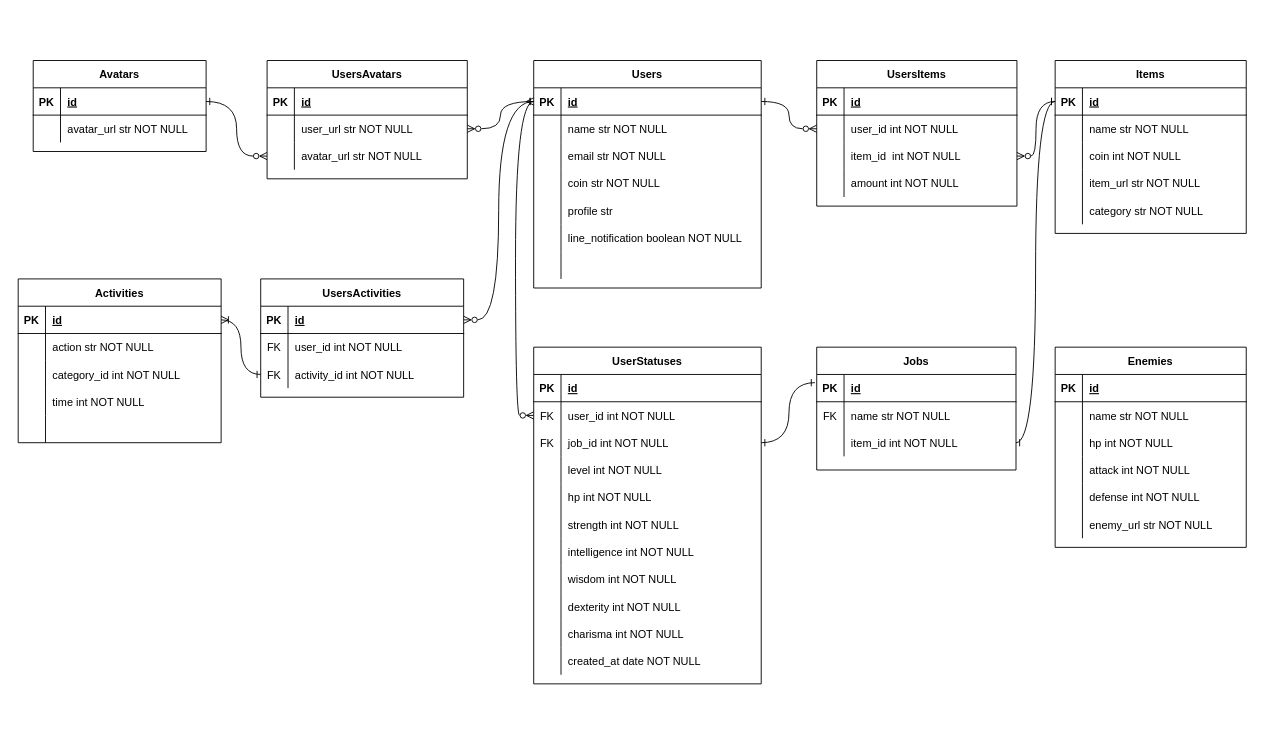
Before: MAO_ER.drawio in MaTTalv001/MAO_the_3rd_Day, a draw.io diagram. Source tidied: cells renumbered, new cells numbered last; positions are measured from the earlier drawing's top-left corner, leaving out a move shared by most shapes. Both pictures are drawn from the tidied source at 91%, with x=0, y=0 at pixel (18, 60).
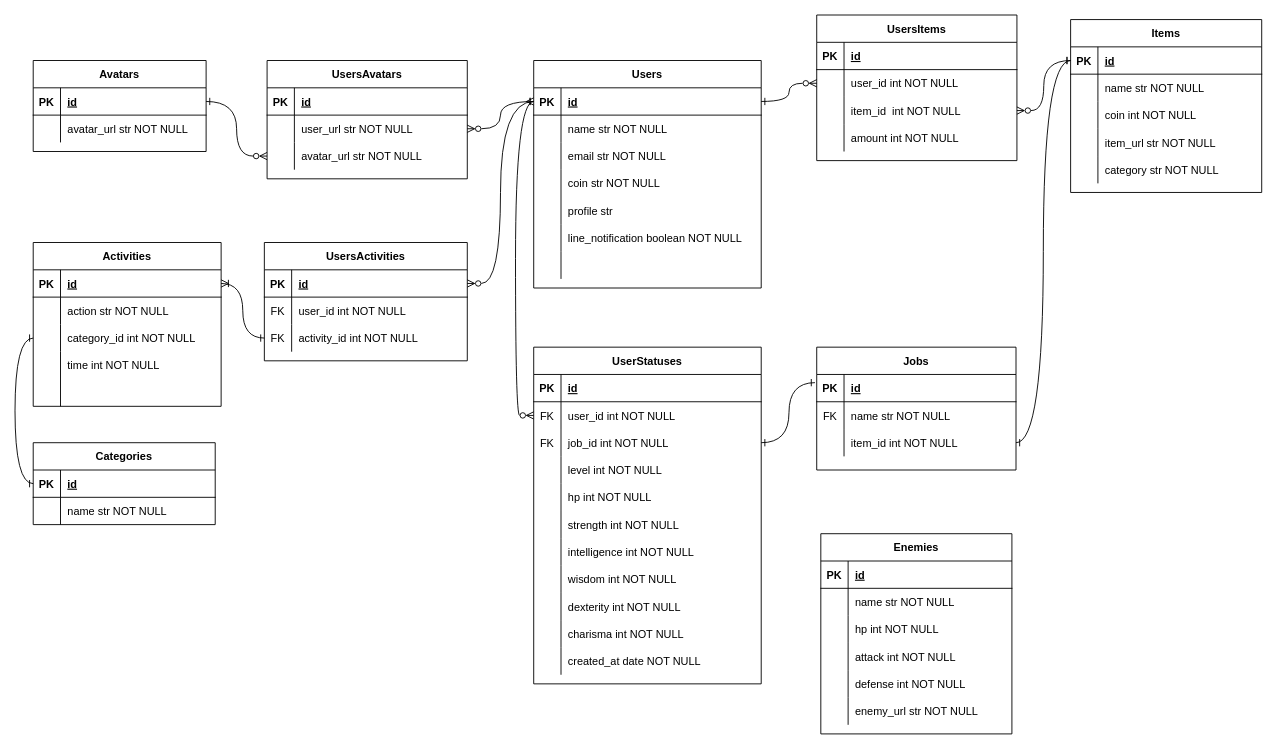
After the change.

Commit message (it also covers changes not shown here):
MAO_ER.drawio を更新します

The edit, as a diff of the source:
```diff
@@
     <mxCell id="68" value="Items" style="shape=table;startSize=30;childLayout=tableLayout;rowLines=0;fontStyle=1;align=center;" parent="1" vertex="1">
-      <mxGeometry x="1139" width="210" height="190" as="geometry" />
+      <mxGeometry x="1156" y="-45" width="210" height="190" as="geometry" />
     </mxCell>
@@
     <mxCell id="84" value="UsersItems" style="shape=table;startSize=30;childLayout=tableLayout;rowLines=0;fontStyle=1;align=center;" parent="1" vertex="1">
-      <mxGeometry x="877" width="220" height="160" as="geometry" />
+      <mxGeometry x="877" y="-50" width="220" height="160" as="geometry" />
     </mxCell>
@@
     <mxCell id="114" value="Enemies" style="shape=table;startSize=30;childLayout=tableLayout;rowLines=0;fontStyle=1;align=center;" parent="1" vertex="1">
-      <mxGeometry x="1139" y="315" width="210" height="220" as="geometry" />
+      <mxGeometry x="881.5" y="520" width="210" height="220" as="geometry" />
     </mxCell>
@@
     <mxCell id="140" value="UsersActivities" style="shape=table;startSize=30;childLayout=tableLayout;rowLines=0;fontStyle=1;align=center;" parent="1" vertex="1">
-      <mxGeometry x="266" y="240" width="223" height="130" as="geometry" />
+      <mxGeometry x="270" y="200" width="223" height="130" as="geometry" />
     </mxCell>
@@
     <mxCell id="151" value="Activities" style="shape=table;startSize=30;childLayout=tableLayout;rowLines=0;fontStyle=1;align=center;" parent="1" vertex="1">
-      <mxGeometry x="-0.5" y="240" width="223" height="180" as="geometry" />
+      <mxGeometry x="16" y="200" width="206.5" height="180" as="geometry" />
     </mxCell>
     <mxCell id="152" style="shape=partialRectangle;fillColor=none;points=[[0,0.5],[1,0.5]];portConstraint=eastwest;top=0;left=0;right=0;bottom=1;" parent="151" vertex="1">
-      <mxGeometry y="30" width="223" height="30" as="geometry" />
+      <mxGeometry y="30" width="206.5" height="30" as="geometry" />
     </mxCell>
@@
     <mxCell id="154" value="id" style="shape=partialRectangle;overflow=hidden;fillColor=none;top=0;left=0;bottom=0;right=0;align=left;spacingLeft=6;fontStyle=5;" parent="152" vertex="1">
-      <mxGeometry x="30" width="193" height="30" as="geometry" />
+      <mxGeometry x="30" width="176.5" height="30" as="geometry" />
     </mxCell>
     <mxCell id="155" style="shape=partialRectangle;fillColor=none;top=0;left=0;right=0;bottom=0;" parent="151" vertex="1">
-      <mxGeometry y="60" width="223" height="30" as="geometry" />
+      <mxGeometry y="60" width="206.5" height="30" as="geometry" />
     </mxCell>
@@
     <mxCell id="157" value="action str NOT NULL" style="shape=partialRectangle;overflow=hidden;fillColor=none;top=0;left=0;bottom=0;right=0;align=left;spacingLeft=6;" parent="155" vertex="1">
-      <mxGeometry x="30" width="193" height="30" as="geometry" />
+      <mxGeometry x="30" width="176.5" height="30" as="geometry" />
     </mxCell>
     <mxCell id="158" style="shape=partialRectangle;fillColor=none;points=[[0,0.5],[1,0.5]];portConstraint=eastwest;top=0;left=0;right=0;bottom=0;" parent="151" vertex="1">
-      <mxGeometry y="90" width="223" height="30" as="geometry" />
+      <mxGeometry y="90" width="206.5" height="30" as="geometry" />
     </mxCell>
@@
     <mxCell id="160" value="category_id int NOT NULL" style="shape=partialRectangle;overflow=hidden;fillColor=none;top=0;left=0;bottom=0;right=0;align=left;spacingLeft=6;" parent="158" vertex="1">
-      <mxGeometry x="30" width="193" height="30" as="geometry" />
+      <mxGeometry x="30" width="176.5" height="30" as="geometry" />
     </mxCell>
     <mxCell id="161" style="shape=partialRectangle;fillColor=none;top=0;left=0;right=0;bottom=0;" parent="151" vertex="1">
-      <mxGeometry y="120" width="223" height="30" as="geometry" />
+      <mxGeometry y="120" width="206.5" height="30" as="geometry" />
     </mxCell>
@@
     <mxCell id="163" value="time int NOT NULL" style="shape=partialRectangle;overflow=hidden;fillColor=none;top=0;left=0;bottom=0;right=0;align=left;spacingLeft=6;" parent="161" vertex="1">
-      <mxGeometry x="30" width="193" height="30" as="geometry" />
+      <mxGeometry x="30" width="176.5" height="30" as="geometry" />
     </mxCell>
     <mxCell id="164" style="shape=partialRectangle;fillColor=none;top=0;left=0;right=0;bottom=0;" parent="151" vertex="1">
-      <mxGeometry y="150" width="223" height="30" as="geometry" />
+      <mxGeometry y="150" width="206.5" height="30" as="geometry" />
     </mxCell>
@@
     <mxCell id="166" style="shape=partialRectangle;overflow=hidden;fillColor=none;top=0;left=0;bottom=0;right=0;align=left;spacingLeft=6;" parent="164" vertex="1">
-      <mxGeometry x="30" width="193" height="30" as="geometry" />
+      <mxGeometry x="30" width="176.5" height="30" as="geometry" />
     </mxCell>
@@
+    <mxCell id="168" value="Categories" style="shape=table;startSize=30;childLayout=tableLayout;rowLines=0;fontStyle=1;align=center;" parent="1" vertex="1">
+      <mxGeometry x="16" y="420" width="200" height="90" as="geometry" />
+    </mxCell>
+    <mxCell id="169" style="shape=partialRectangle;fillColor=none;points=[[0,0.5],[1,0.5]];portConstraint=eastwest;top=0;left=0;right=0;bottom=1;" parent="168" vertex="1">
+      <mxGeometry y="30" width="200" height="30" as="geometry" />
+    </mxCell>
+    <mxCell id="170" value="PK" style="shape=partialRectangle;overflow=hidden;fillColor=none;top=0;left=0;bottom=0;right=0;fontStyle=1;" parent="169" vertex="1">
+      <mxGeometry width="30" height="30" as="geometry" />
+    </mxCell>
+    <mxCell id="171" value="id" style="shape=partialRectangle;overflow=hidden;fillColor=none;top=0;left=0;bottom=0;right=0;align=left;spacingLeft=6;fontStyle=5;" parent="169" vertex="1">
+      <mxGeometry x="30" width="170" height="30" as="geometry" />
+    </mxCell>
+    <mxCell id="172" style="shape=partialRectangle;fillColor=none;top=0;left=0;right=0;bottom=0;" parent="168" vertex="1">
+      <mxGeometry y="60" width="200" height="30" as="geometry" />
+    </mxCell>
+    <mxCell id="173" style="shape=partialRectangle;overflow=hidden;fillColor=none;top=0;left=0;bottom=0;right=0;" parent="172" vertex="1">
+      <mxGeometry width="30" height="30" as="geometry" />
+    </mxCell>
+    <mxCell id="174" value="name str NOT NULL" style="shape=partialRectangle;overflow=hidden;fillColor=none;top=0;left=0;bottom=0;right=0;align=left;spacingLeft=6;" parent="172" vertex="1">
+      <mxGeometry x="30" width="170" height="30" as="geometry" />
+    </mxCell>
+    <mxCell id="175" style="edgeStyle=orthogonalEdgeStyle;rounded=0;jettySize=auto;html=1;exitX=0;exitY=0.5;exitDx=0;exitDy=0;curved=1;startArrow=ERone;startFill=0;endArrow=ERone;endFill=0;entryX=0;entryY=0.5;entryDx=0;entryDy=0;" parent="1" edge="1" source="158" target="169">
+      <mxGeometry relative="1" as="geometry" />
+    </mxCell>
```
